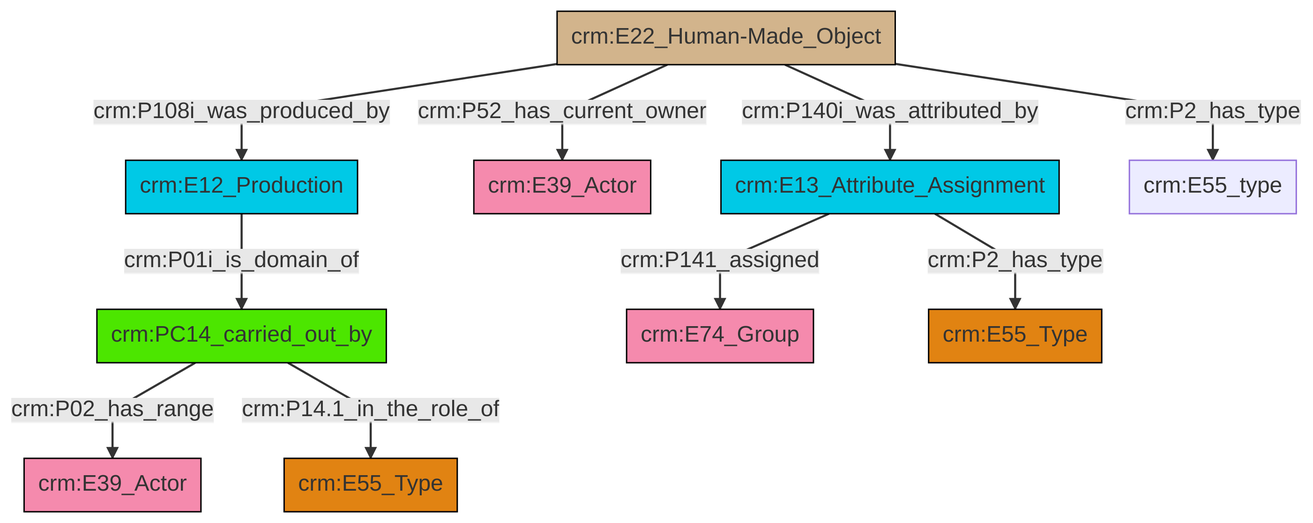
This is et/builtWorkCSV/ttl/mmd/png/Built_Work_actor_relations.png from swiss-art-research-net/reference-data-models, a Mermaid export, as it was before one commit. Its source is kept beside it as et/builtWorkCSV/ttl/mmd/Built_Work_actor_relations.ttl.mmd.
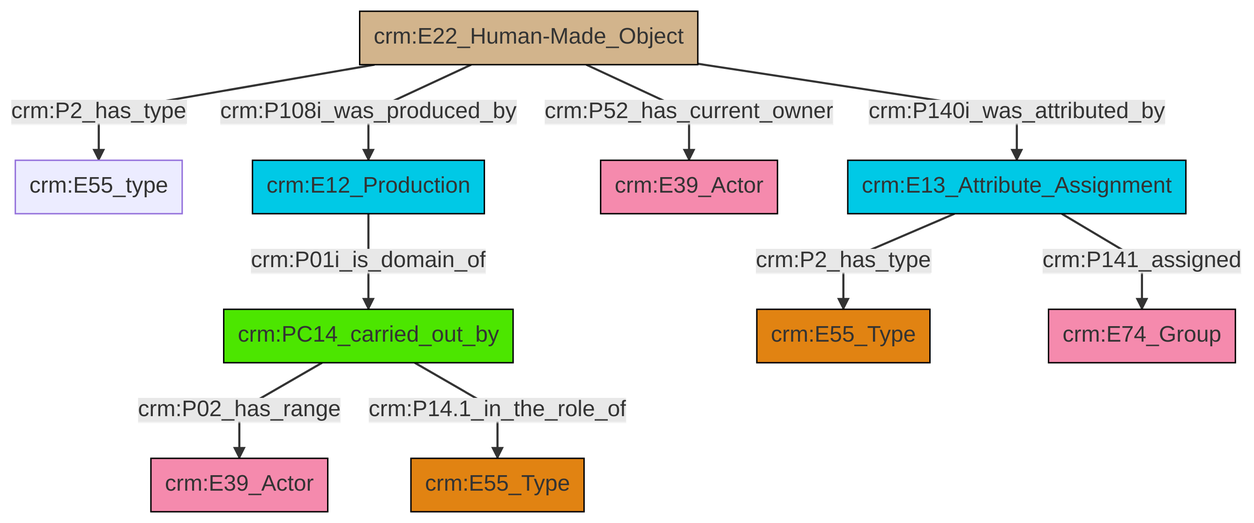
The same file after the commit.

The edit, as a diff of the source:
```diff
@@ -13,12 +13,12 @@
 classDef PC_Classes fill:#4ce600, stroke:#000000;
 classDef Multi fill:#cccccc,stroke:#000000;
 
-2["crm:E22_Human-Made_Object"]:::Physical_Thing -->|crm:P140i_was_attributed_by| 3["crm:E13_Attribute_Assignment"]:::Temporal_Entity
-2["crm:E22_Human-Made_Object"]:::Physical_Thing -->|crm:P52_has_current_owner| 4["crm:E39_Actor"]:::Actor
-3["crm:E13_Attribute_Assignment"]:::Temporal_Entity -->|crm:P141_assigned| 5["crm:E74_Group"]:::Actor
-3["crm:E13_Attribute_Assignment"]:::Temporal_Entity -->|crm:P2_has_type| 6["crm:E55_Type"]:::Type
-0["crm:PC14_carried_out_by"]:::PC_Classes -->|crm:P02_has_range| 8["crm:E39_Actor"]:::Actor
-0["crm:PC14_carried_out_by"]:::PC_Classes -->|crm:P14.1_in_the_role_of| 13["crm:E55_Type"]:::Type
-10["crm:E12_Production"]:::Temporal_Entity -->|crm:P01i_is_domain_of| 0["crm:PC14_carried_out_by"]:::PC_Classes
-2["crm:E22_Human-Made_Object"]:::Physical_Thing -->|crm:P108i_was_produced_by| 10["crm:E12_Production"]:::Temporal_Entity
-2["crm:E22_Human-Made_Object"]:::Physical_Thing -->|crm:P2_has_type| 17["crm:E55_type"]:::Default
+2["crm:PC14_carried_out_by"]:::PC_Classes -->|crm:P02_has_range| 3["crm:E39_Actor"]:::Actor
+6["crm:E22_Human-Made_Object"]:::Physical_Thing -->|crm:P52_has_current_owner| 7["crm:E39_Actor"]:::Actor
+4["crm:E13_Attribute_Assignment"]:::Temporal_Entity -->|crm:P2_has_type| 8["crm:E55_Type"]:::Type
+15["crm:E12_Production"]:::Temporal_Entity -->|crm:P01i_is_domain_of| 2["crm:PC14_carried_out_by"]:::PC_Classes
+6["crm:E22_Human-Made_Object"]:::Physical_Thing -->|crm:P2_has_type| 0["crm:E55_type"]:::Default
+4["crm:E13_Attribute_Assignment"]:::Temporal_Entity -->|crm:P141_assigned| 16["crm:E74_Group"]:::Actor
+2["crm:PC14_carried_out_by"]:::PC_Classes -->|crm:P14.1_in_the_role_of| 18["crm:E55_Type"]:::Type
+6["crm:E22_Human-Made_Object"]:::Physical_Thing -->|crm:P140i_was_attributed_by| 4["crm:E13_Attribute_Assignment"]:::Temporal_Entity
+6["crm:E22_Human-Made_Object"]:::Physical_Thing -->|crm:P108i_was_produced_by| 15["crm:E12_Production"]:::Temporal_Entity
```
